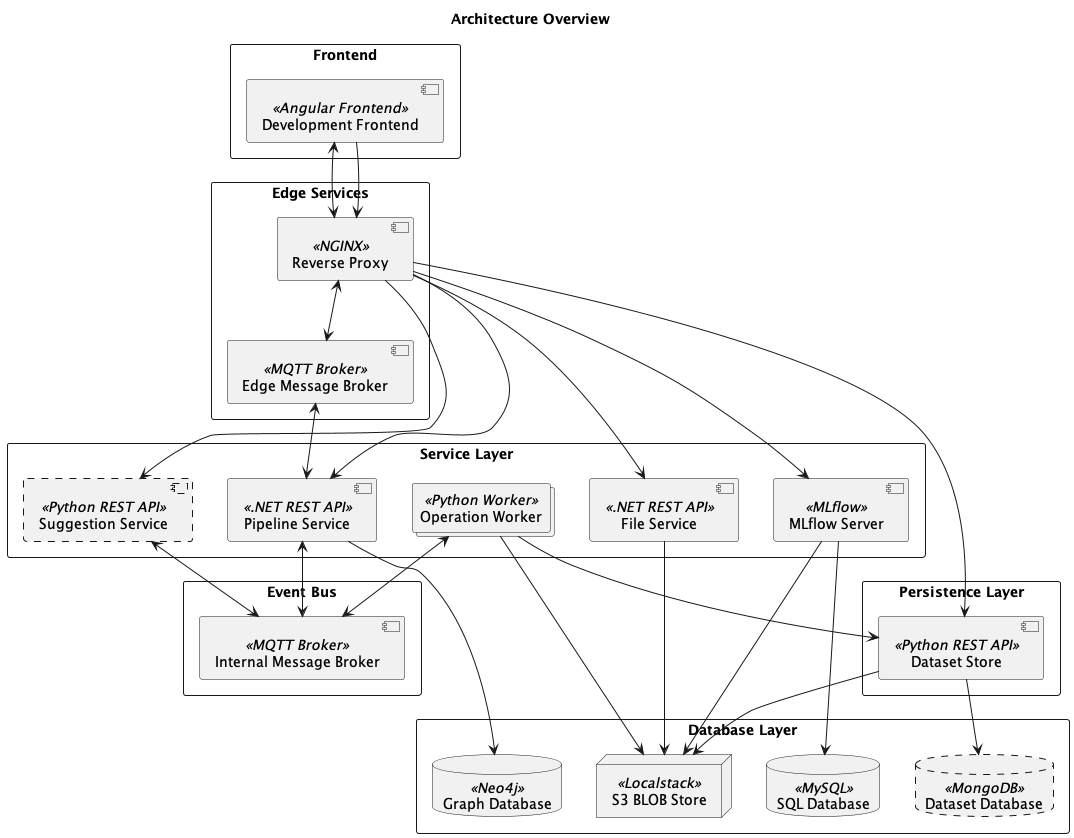
project-hanse/prototype-a keeps this PlantUML diagram as docs/architecture/overview.png. Above is the earlier version.
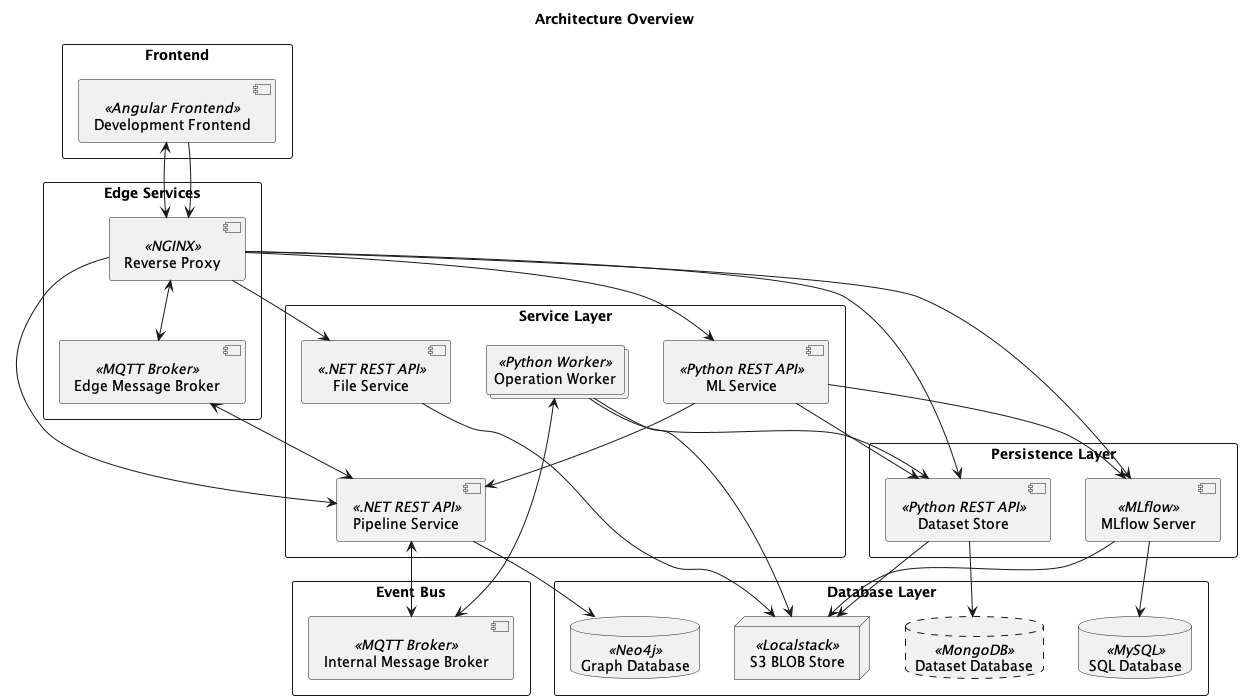
The same diagram one commit later.

Commit message:
docs: update architecture overview to include ml service

The edit, as a diff of the source:
```diff
@@ -19,13 +19,13 @@
 rectangle "Service Layer" {
     component "Pipeline Service" << .NET REST API >> as pipeline_service
     collections  "Operation Worker" <<Python Worker>> as worker
-    component #line.dashed "Suggestion Service" << Python REST API >> as suggestion_service
+    component "ML Service" << Python REST API >> as ml_service
     component "File Service" << .NET REST API >> as file_service
-    component "MLflow Server" << MLflow >> as mlflow_server
 }
 
 rectangle "Persistence Layer" {
     component "Dataset Store" << Python REST API >> as dataset_store
+    component "MLflow Server" << MLflow >> as mlflow_server
 }
 
 rectangle "Database Layer" {
@@ -40,25 +40,30 @@
 development_frontend --> reverse_proxy
 
 reverse_proxy --> pipeline_service
-reverse_proxy --> suggestion_service
-suggestion_service <--> message_broker_internal
+reverse_proxy --> ml_service
 reverse_proxy --> file_service
 reverse_proxy <--> message_broker_edge
+reverse_proxy --> dataset_store
 reverse_proxy --> mlflow_server
 
+ml_service --> mlflow_server
+ml_service --> dataset_store
+ml_service --> pipeline_service
+
 pipeline_service --> graph_db
+pipeline_service <--> message_broker_internal
+pipeline_service <--> message_broker_edge
+
 dataset_store --> dataset_db
+dataset_store --> blob_store
+
 file_service --> blob_store
-pipeline_service <--> message_broker_internal
-message_broker_internal <--> worker
+
 mlflow_server --> mysql_db
 mlflow_server --> blob_store
 
 worker --> dataset_store
 worker --> blob_store
+worker <--> message_broker_internal
 
-message_broker_edge <--> pipeline_service
-
-reverse_proxy --> dataset_store
-dataset_store --> blob_store
 @enduml
```
